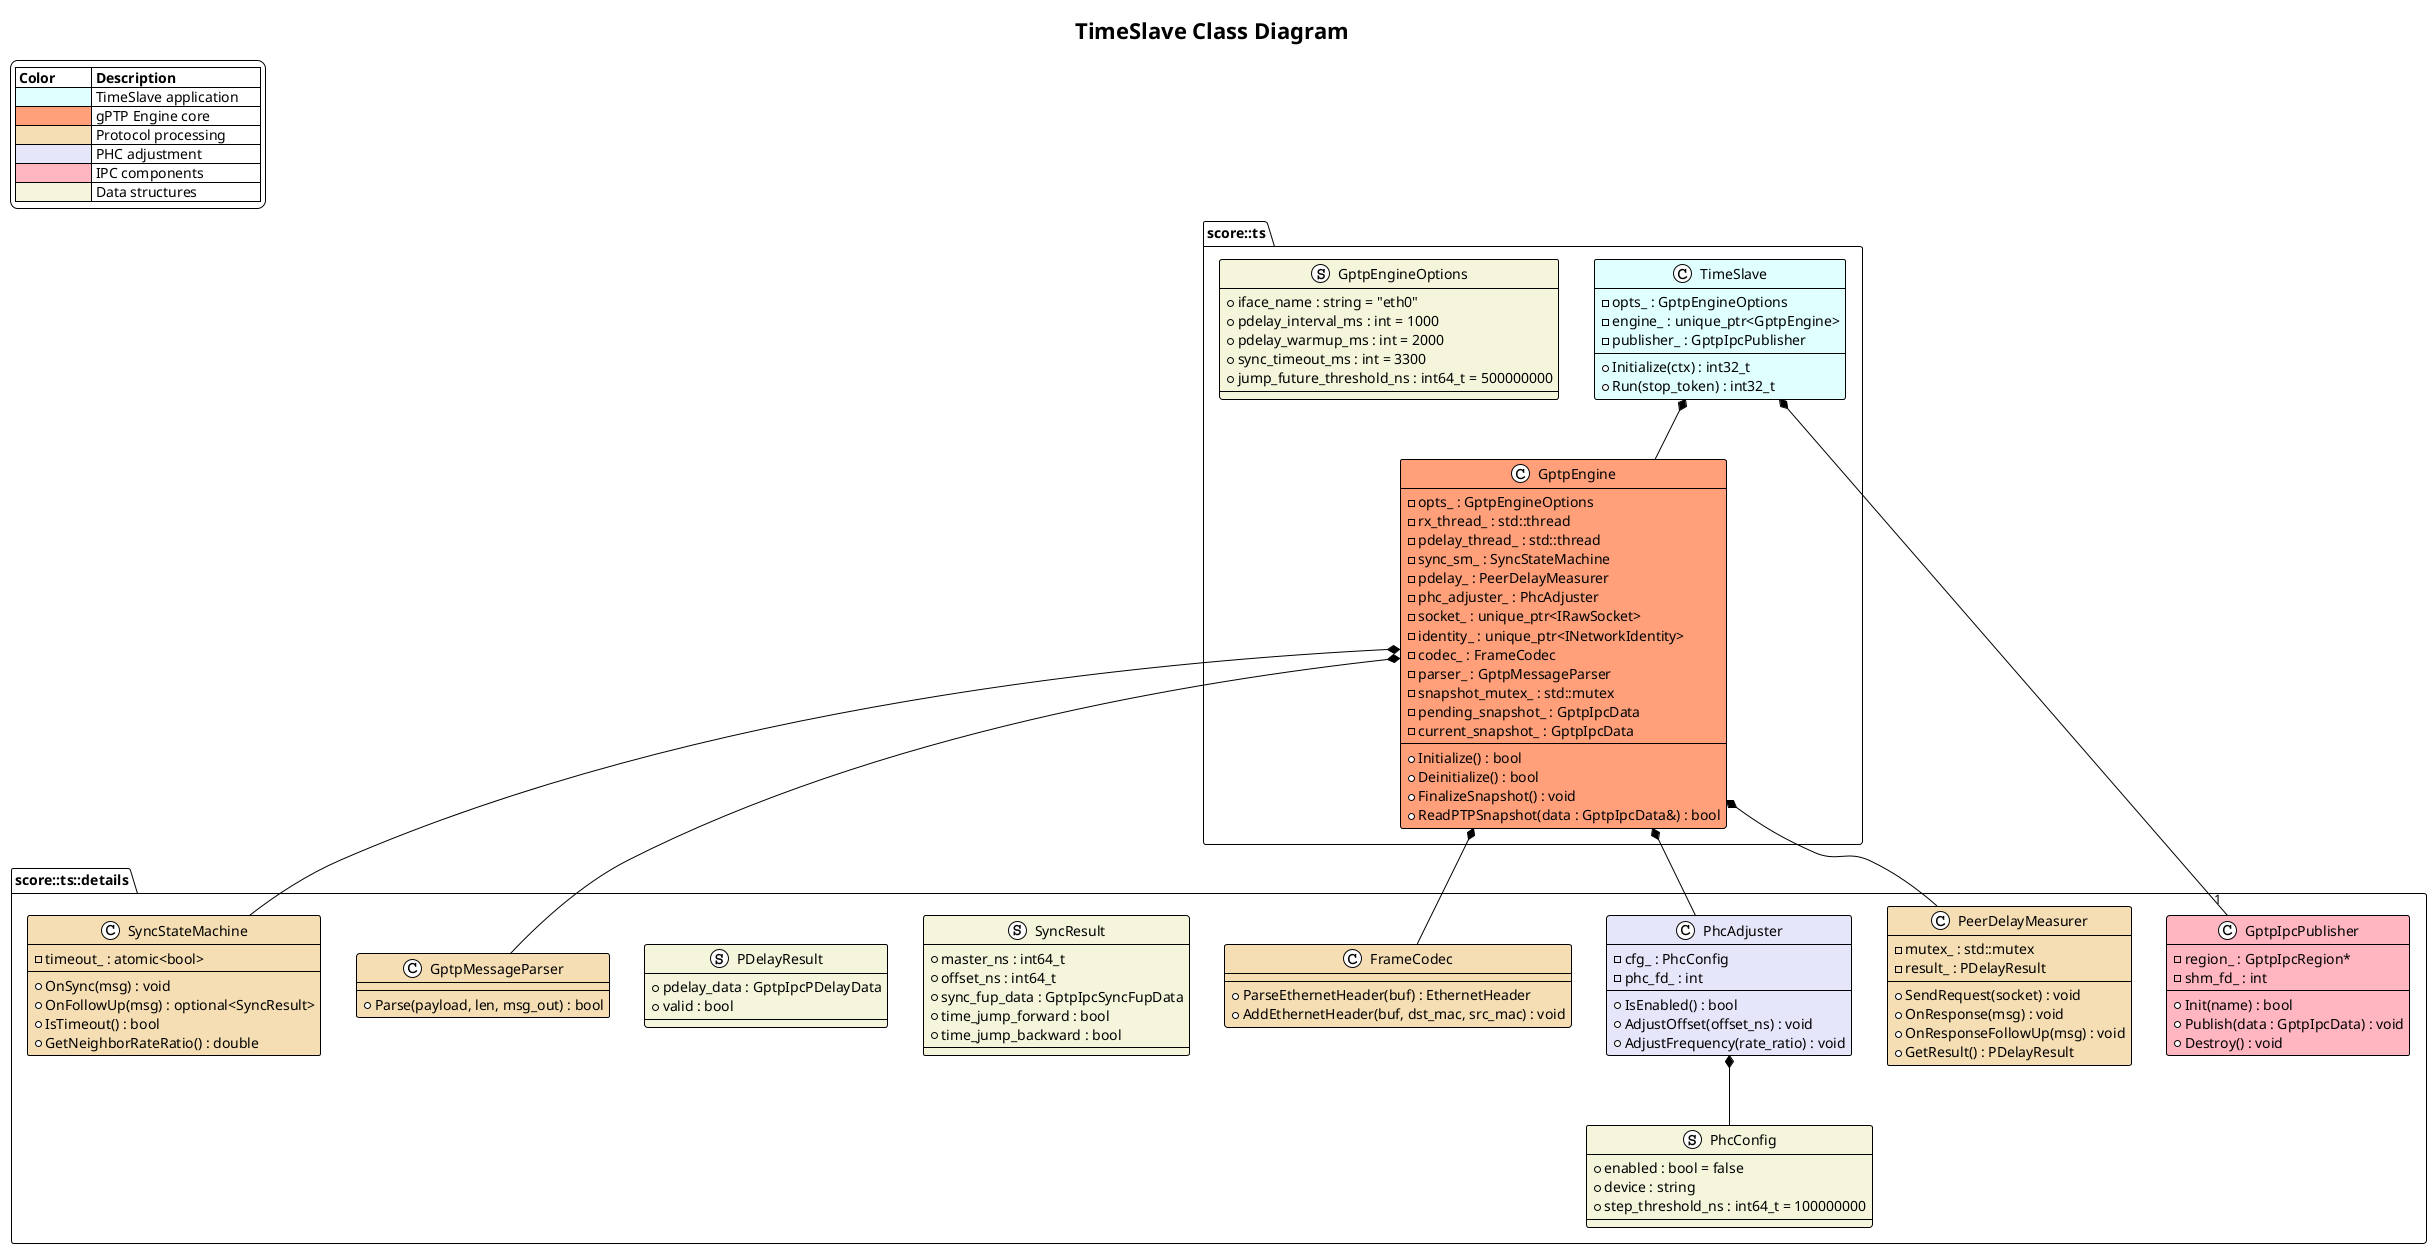
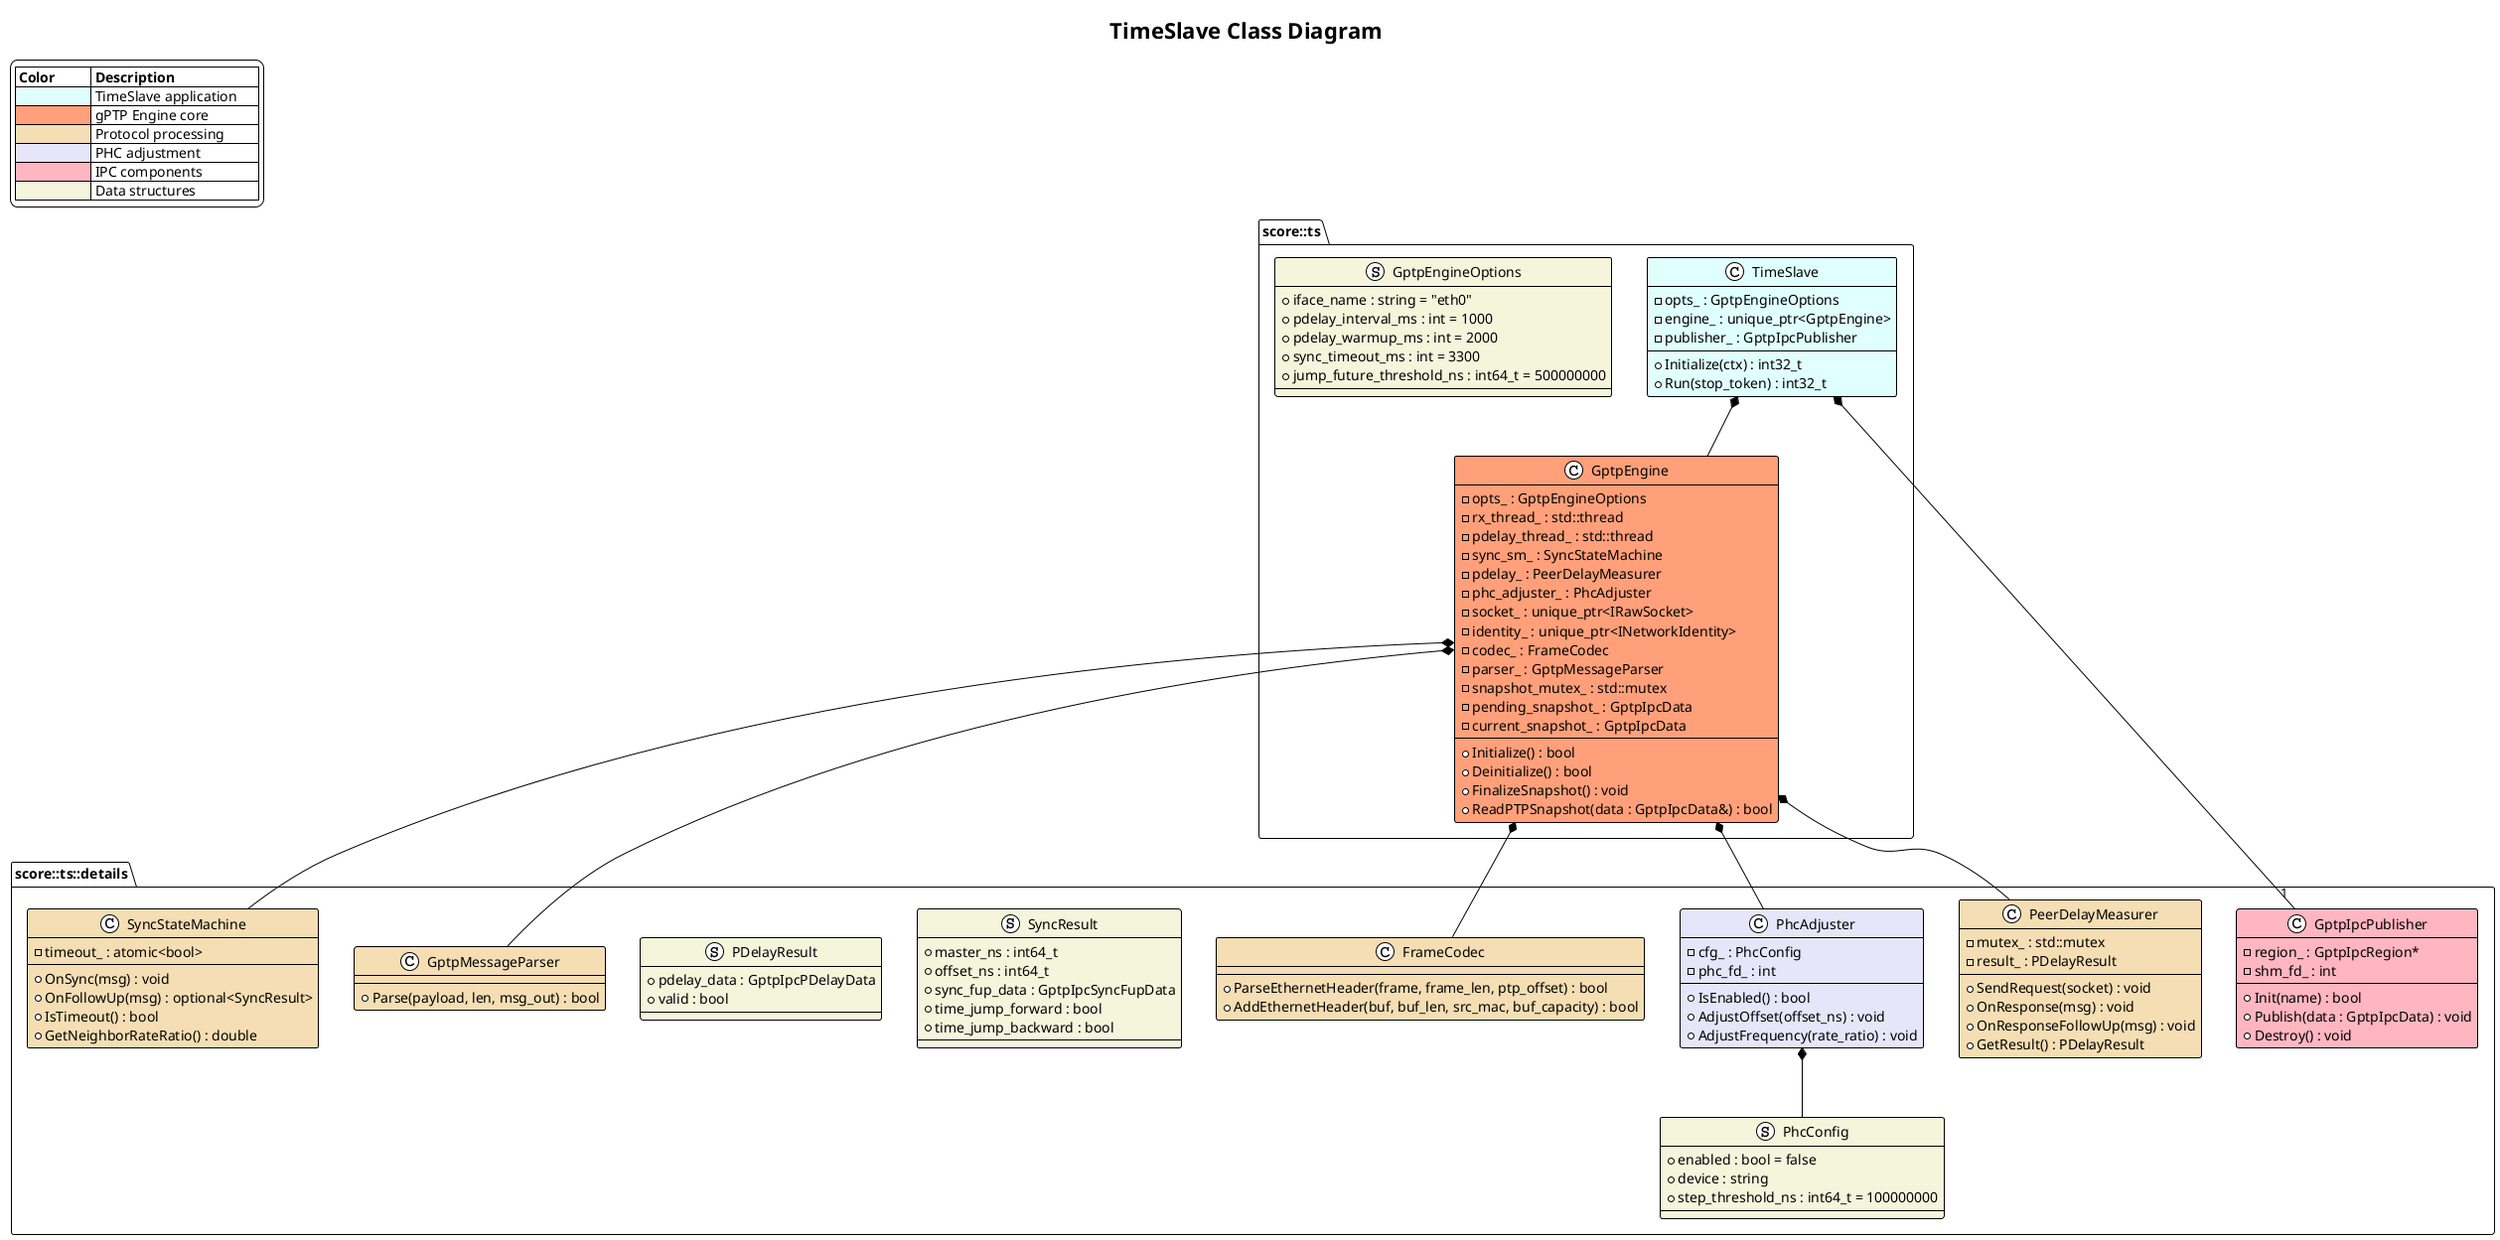
@startuml
!theme plain

title TimeSlave Class Diagram

legend top left
    |= Color          |= Description              |
    | <#LightCyan>    | TimeSlave application      |
    | <#LightSalmon>  | gPTP Engine core           |
    | <#Wheat>        | Protocol processing        |
    | <#Lavender>     | PHC adjustment             |
    | <#LightPink>    | IPC components             |
    | <#Beige>        | Data structures            |
endlegend

package "score::ts" {

    class TimeSlave #LightCyan {
        - opts_ : GptpEngineOptions
        - engine_ : unique_ptr<GptpEngine>
        - publisher_ : GptpIpcPublisher
        + Initialize(ctx) : int32_t
        + Run(stop_token) : int32_t
    }

    class GptpEngine #LightSalmon {
        - opts_ : GptpEngineOptions
        - rx_thread_ : std::thread
        - pdelay_thread_ : std::thread
        - sync_sm_ : SyncStateMachine
        - pdelay_ : PeerDelayMeasurer
        - phc_adjuster_ : PhcAdjuster
        - socket_ : unique_ptr<IRawSocket>
        - identity_ : unique_ptr<INetworkIdentity>
        - codec_ : FrameCodec
        - parser_ : GptpMessageParser
        - snapshot_mutex_ : std::mutex
        - pending_snapshot_ : GptpIpcData
        - current_snapshot_ : GptpIpcData
        + Initialize() : bool
        + Deinitialize() : bool
        + FinalizeSnapshot() : void
        + ReadPTPSnapshot(data : GptpIpcData&) : bool
    }

    struct GptpEngineOptions #Beige {
        + iface_name : string = "eth0"
        + pdelay_interval_ms : int = 1000
        + pdelay_warmup_ms : int = 2000
        + sync_timeout_ms : int = 3300
        + jump_future_threshold_ns : int64_t = 500000000
    }

    TimeSlave *-- GptpEngine
}

package "score::ts::details" {
    class FrameCodec #Wheat {
-         + ParseEthernetHeader(buf) : EthernetHeader
-         + AddEthernetHeader(buf, dst_mac, src_mac) : void
+         + ParseEthernetHeader(frame, frame_len, ptp_offset) : bool
+         + AddEthernetHeader(buf, buf_len, src_mac, buf_capacity) : bool
    }

    class GptpMessageParser #Wheat {
        + Parse(payload, len, msg_out) : bool
    }

    class SyncStateMachine #Wheat {
        - timeout_ : atomic<bool>
        + OnSync(msg) : void
        + OnFollowUp(msg) : optional<SyncResult>
        + IsTimeout() : bool
        + GetNeighborRateRatio() : double
    }

    class PeerDelayMeasurer #Wheat {
        - mutex_ : std::mutex
        - result_ : PDelayResult
        + SendRequest(socket) : void
        + OnResponse(msg) : void
        + OnResponseFollowUp(msg) : void
        + GetResult() : PDelayResult
    }

    struct SyncResult #Beige {
        + master_ns : int64_t
        + offset_ns : int64_t
        + sync_fup_data : GptpIpcSyncFupData
        + time_jump_forward : bool
        + time_jump_backward : bool
    }

    struct PDelayResult #Beige {
        + pdelay_data : GptpIpcPDelayData
        + valid : bool
    }

    class GptpIpcPublisher #LightPink {
        - region_ : GptpIpcRegion*
        - shm_fd_ : int
        + Init(name) : bool
        + Publish(data : GptpIpcData) : void
        + Destroy() : void
    }

    class PhcAdjuster #Lavender {
        - cfg_ : PhcConfig
        - phc_fd_ : int
        + IsEnabled() : bool
        + AdjustOffset(offset_ns) : void
        + AdjustFrequency(rate_ratio) : void
    }

    struct PhcConfig #Beige {
        + enabled : bool = false
        + device : string
        + step_threshold_ns : int64_t = 100000000
    }
}

GptpEngine *-- FrameCodec
GptpEngine *-- GptpMessageParser
GptpEngine *-- SyncStateMachine
GptpEngine *-- PeerDelayMeasurer
GptpEngine *-- PhcAdjuster
PhcAdjuster *-- PhcConfig
TimeSlave *-- "1" GptpIpcPublisher

@enduml
